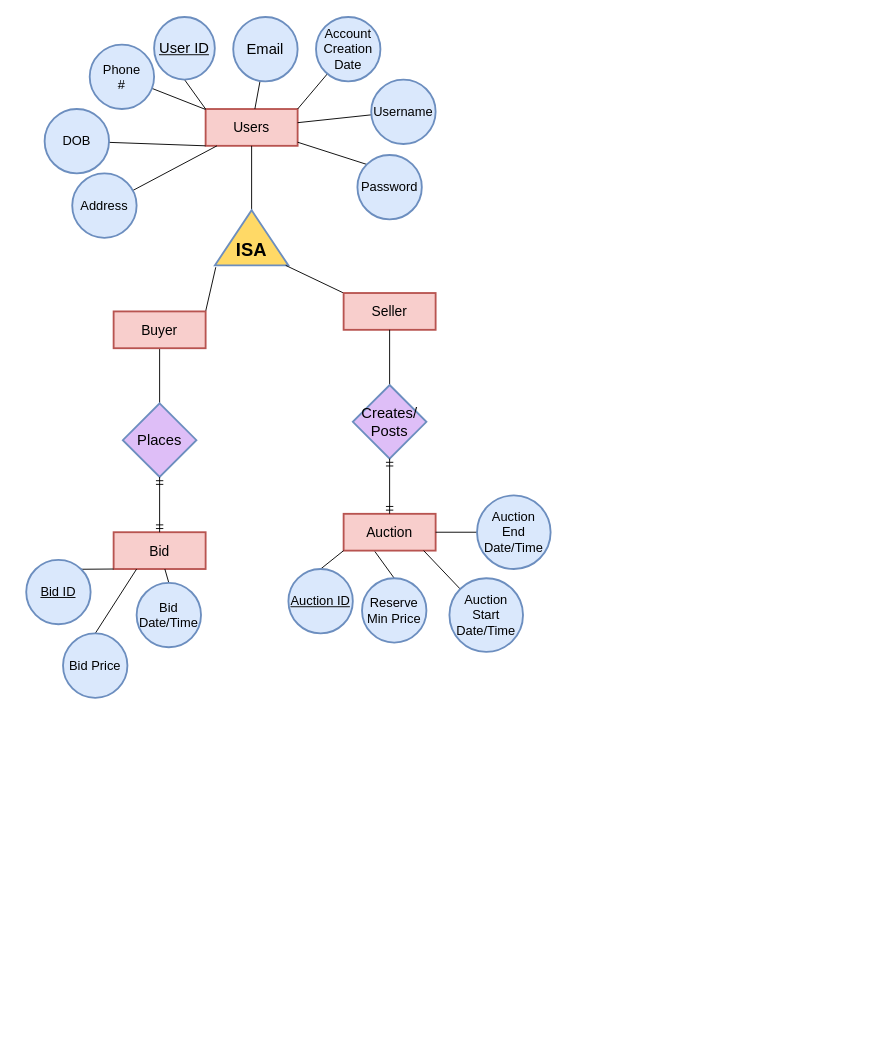
Earlier version of the draw.io diagram page "Ebay" (1 of 3) of ERdiagram.drawio (EthanDamien/DataManagementProject). Source tidied: cells renumbered, new cells numbered last; positions are measured from the earlier drawing's top-left corner, leaving out a move shared by most shapes. Both pictures are drawn from the tidied source at 92%, with x=0, y=0 at pixel (26, 17).
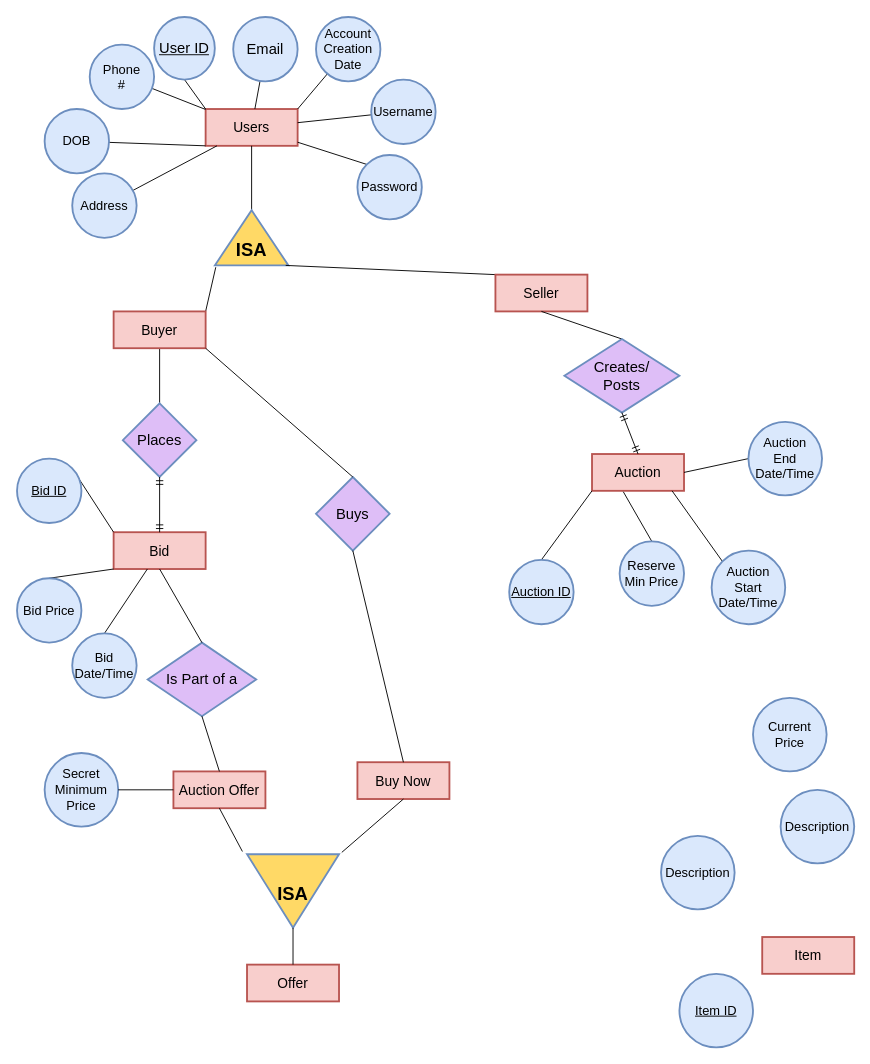
The same diagram, later.

The change refers to these unchanged cells:
```xml
<mxCell id="21" value="Buyer" style="strokeWidth=2;whiteSpace=wrap;html=1;align=center;fontSize=15;fontFamily=Helvetica;strokeColor=#b85450;fillColor=#f8cecc;fontStyle=0;" parent="1" vertex="1">
  <mxGeometry x="95" y="320" width="100" height="40" as="geometry" />
</mxCell>
<mxCell id="25" value="Bid" style="strokeWidth=2;whiteSpace=wrap;html=1;align=center;fontSize=15;fontFamily=Helvetica;strokeColor=#b85450;fillColor=#f8cecc;fontStyle=0;" parent="1" vertex="1">
  <mxGeometry x="95" y="560" width="100" height="40" as="geometry" />
</mxCell>
```

The edit, as a diff of the source:
```diff
@@
     <mxCell id="23" value="Seller" style="strokeWidth=2;whiteSpace=wrap;html=1;align=center;fontSize=15;fontFamily=Helvetica;strokeColor=#b85450;fillColor=#f8cecc;fontStyle=0;" parent="1" vertex="1">
-      <mxGeometry x="345" y="300" width="100" height="40" as="geometry" />
+      <mxGeometry x="510" y="280" width="100" height="40" as="geometry" />
     </mxCell>
@@
     <mxCell id="27" value="&lt;font style=&quot;font-size: 16px&quot;&gt;Creates/&lt;br&gt;Posts&lt;br&gt;&lt;/font&gt;" style="rhombus;whiteSpace=wrap;html=1;strokeColor=#6c8ebf;fontSize=10;fillColor=#DEBEF7;strokeWidth=2;" parent="1" vertex="1">
-      <mxGeometry x="355" y="400" width="80" height="80" as="geometry" />
+      <mxGeometry x="585" y="350" width="125" height="80" as="geometry" />
     </mxCell>
     <mxCell id="28" value="Auction" style="strokeWidth=2;whiteSpace=wrap;html=1;align=center;fontSize=15;fontFamily=Helvetica;strokeColor=#b85450;fillColor=#f8cecc;fontStyle=0;" parent="1" vertex="1">
-      <mxGeometry x="345" y="540" width="100" height="40" as="geometry" />
+      <mxGeometry x="615" y="475" width="100" height="40" as="geometry" />
     </mxCell>
@@
     <mxCell id="30" value="&lt;font style=&quot;font-size: 14px&quot;&gt;&lt;u&gt;Auction ID&lt;/u&gt;&lt;/font&gt;" style="ellipse;whiteSpace=wrap;html=1;strokeColor=#6c8ebf;fillColor=#dae8fc;fontSize=10;strokeWidth=2;" parent="1" vertex="1">
-      <mxGeometry x="285" y="600" width="70" height="70" as="geometry" />
+      <mxGeometry x="525" y="590" width="70" height="70" as="geometry" />
     </mxCell>
@@
     <mxCell id="32" value="&lt;span style=&quot;font-size: 14px&quot;&gt;Auction&lt;br&gt;Start&lt;br&gt;Date/Time&lt;br&gt;&lt;/span&gt;" style="ellipse;whiteSpace=wrap;html=1;strokeColor=#6c8ebf;fillColor=#dae8fc;fontSize=10;strokeWidth=2;" parent="1" vertex="1">
-      <mxGeometry x="460" y="610" width="80" height="80" as="geometry" />
+      <mxGeometry x="745" y="580" width="80" height="80" as="geometry" />
     </mxCell>
@@
     <mxCell id="34" value="&lt;span style=&quot;font-size: 14px&quot;&gt;Auction&lt;br&gt;End&lt;br&gt;Date/Time&lt;br&gt;&lt;/span&gt;" style="ellipse;whiteSpace=wrap;html=1;strokeColor=#6c8ebf;fillColor=#dae8fc;fontSize=10;strokeWidth=2;" parent="1" vertex="1">
-      <mxGeometry x="490" y="520" width="80" height="80" as="geometry" />
+      <mxGeometry x="785" y="440" width="80" height="80" as="geometry" />
     </mxCell>
@@
     <mxCell id="36" value="&lt;font style=&quot;font-size: 14px&quot;&gt;Reserve&lt;br&gt;Min Price&lt;br&gt;&lt;/font&gt;" style="ellipse;whiteSpace=wrap;html=1;strokeColor=#6c8ebf;fillColor=#dae8fc;fontSize=10;strokeWidth=2;" parent="1" vertex="1">
-      <mxGeometry x="365" y="610" width="70" height="70" as="geometry" />
+      <mxGeometry x="645" y="570" width="70" height="70" as="geometry" />
     </mxCell>
-    <mxCell id="37" style="edgeStyle=none;rounded=0;jettySize=auto;html=1;exitX=1;exitY=0;exitDx=0;exitDy=0;entryX=0;entryY=1;entryDx=0;entryDy=0;endArrow=none;endFill=0;fontSize=10;" parent="1" edge="1" source="38" target="25">
+    <mxCell id="37" style="edgeStyle=none;rounded=0;jettySize=auto;html=1;exitX=1;exitY=0;exitDx=0;exitDy=0;entryX=0;entryY=0;entryDx=0;entryDy=0;endArrow=none;endFill=0;fontSize=10;" parent="1" edge="1" source="38" target="25">
       <mxGeometry relative="1" as="geometry" />
     </mxCell>
     <mxCell id="38" value="&lt;font style=&quot;font-size: 14px&quot;&gt;&lt;u&gt;Bid ID&lt;/u&gt;&lt;/font&gt;" style="ellipse;whiteSpace=wrap;html=1;strokeColor=#6c8ebf;fillColor=#dae8fc;fontSize=10;strokeWidth=2;" parent="1" vertex="1">
-      <mxGeometry y="590" width="70" height="70" as="geometry" />
+      <mxGeometry x="-10" y="480" width="70" height="70" as="geometry" />
     </mxCell>
-    <mxCell id="39" style="edgeStyle=none;rounded=0;jettySize=auto;html=1;exitX=0.5;exitY=0;exitDx=0;exitDy=0;entryX=0.25;entryY=1;entryDx=0;entryDy=0;endArrow=none;endFill=0;fontSize=10;" parent="1" edge="1" source="40" target="25">
+    <mxCell id="39" style="edgeStyle=none;rounded=0;jettySize=auto;html=1;exitX=0.5;exitY=0;exitDx=0;exitDy=0;entryX=0;entryY=1;entryDx=0;entryDy=0;endArrow=none;endFill=0;fontSize=10;" parent="1" edge="1" source="40" target="25">
       <mxGeometry relative="1" as="geometry" />
     </mxCell>
     <mxCell id="40" value="&lt;font style=&quot;font-size: 14px&quot;&gt;Bid Price&lt;/font&gt;" style="ellipse;whiteSpace=wrap;html=1;strokeColor=#6c8ebf;fillColor=#dae8fc;fontSize=10;strokeWidth=2;" parent="1" vertex="1">
-      <mxGeometry x="40" y="670" width="70" height="70" as="geometry" />
+      <mxGeometry x="-10" y="610" width="70" height="70" as="geometry" />
     </mxCell>
@@
     <mxCell id="42" value="&lt;font style=&quot;font-size: 14px&quot;&gt;Bid&lt;br&gt;Date/Time&lt;br&gt;&lt;/font&gt;" style="ellipse;whiteSpace=wrap;html=1;strokeColor=#6c8ebf;fillColor=#dae8fc;fontSize=10;strokeWidth=2;" parent="1" vertex="1">
-      <mxGeometry x="120" y="615" width="70" height="70" as="geometry" />
+      <mxGeometry x="50" y="670" width="70" height="70" as="geometry" />
     </mxCell>
@@
+    <mxCell id="47" value="Item" style="strokeWidth=2;whiteSpace=wrap;html=1;align=center;fontSize=15;fontFamily=Helvetica;strokeColor=#b85450;fillColor=#f8cecc;fontStyle=0;" parent="1" vertex="1">
+      <mxGeometry x="800" y="1000" width="100" height="40" as="geometry" />
+    </mxCell>
+    <mxCell id="48" value="&lt;span style=&quot;font-size: 14px&quot;&gt;Secret Minimum Price&lt;br&gt;&lt;/span&gt;" style="ellipse;whiteSpace=wrap;html=1;strokeColor=#6c8ebf;fillColor=#dae8fc;fontSize=10;strokeWidth=2;" parent="1" vertex="1">
+      <mxGeometry x="20" y="800" width="80" height="80" as="geometry" />
+    </mxCell>
+    <mxCell id="49" value="&lt;span style=&quot;font-size: 14px&quot;&gt;Current Price&lt;br&gt;&lt;/span&gt;" style="ellipse;whiteSpace=wrap;html=1;strokeColor=#6c8ebf;fillColor=#dae8fc;fontSize=10;strokeWidth=2;" parent="1" vertex="1">
+      <mxGeometry x="790" y="740" width="80" height="80" as="geometry" />
+    </mxCell>
+    <mxCell id="50" value="&lt;span style=&quot;font-size: 14px&quot;&gt;&lt;u&gt;Item ID&lt;/u&gt;&lt;br&gt;&lt;/span&gt;" style="ellipse;whiteSpace=wrap;html=1;strokeColor=#6c8ebf;fillColor=#dae8fc;fontSize=10;strokeWidth=2;" parent="1" vertex="1">
+      <mxGeometry x="710" y="1040" width="80" height="80" as="geometry" />
+    </mxCell>
+    <mxCell id="51" value="&lt;span style=&quot;font-size: 14px&quot;&gt;Description&lt;br&gt;&lt;/span&gt;" style="ellipse;whiteSpace=wrap;html=1;strokeColor=#6c8ebf;fillColor=#dae8fc;fontSize=10;strokeWidth=2;" parent="1" vertex="1">
+      <mxGeometry x="690" y="890" width="80" height="80" as="geometry" />
+    </mxCell>
+    <mxCell id="52" value="&lt;span style=&quot;font-size: 14px&quot;&gt;Description&lt;br&gt;&lt;/span&gt;" style="ellipse;whiteSpace=wrap;html=1;strokeColor=#6c8ebf;fillColor=#dae8fc;fontSize=10;strokeWidth=2;" parent="1" vertex="1">
+      <mxGeometry x="820" y="840" width="80" height="80" as="geometry" />
+    </mxCell>
+    <mxCell id="53" value="Buy Now" style="strokeWidth=2;whiteSpace=wrap;html=1;align=center;fontSize=15;fontFamily=Helvetica;strokeColor=#b85450;fillColor=#f8cecc;fontStyle=0;" parent="1" vertex="1">
+      <mxGeometry x="360" y="810" width="100" height="40" as="geometry" />
+    </mxCell>
+    <mxCell id="54" value="&lt;b&gt;&lt;font style=&quot;font-size: 20px&quot;&gt;&lt;br&gt;ISA&lt;br&gt;&lt;br&gt;&lt;/font&gt;&lt;/b&gt;" style="triangle;whiteSpace=wrap;html=1;strokeColor=#6c8ebf;fontSize=10;direction=south;fillColor=#FFD966;strokeWidth=2;align=center;verticalAlign=top;" parent="1" vertex="1">
+      <mxGeometry x="240" y="910" width="100" height="80" as="geometry" />
+    </mxCell>
+    <mxCell id="55" value="Auction Offer" style="strokeWidth=2;whiteSpace=wrap;html=1;align=center;fontSize=15;fontFamily=Helvetica;strokeColor=#b85450;fillColor=#f8cecc;fontStyle=0;" parent="1" vertex="1">
+      <mxGeometry x="160" y="820" width="100" height="40" as="geometry" />
+    </mxCell>
+    <mxCell id="56" value="Offer" style="strokeWidth=2;whiteSpace=wrap;html=1;align=center;fontSize=15;fontFamily=Helvetica;strokeColor=#b85450;fillColor=#f8cecc;fontStyle=0;" parent="1" vertex="1">
+      <mxGeometry x="240" y="1030" width="100" height="40" as="geometry" />
+    </mxCell>
+    <mxCell id="57" value="&lt;span style=&quot;font-size: 16px&quot;&gt;Is Part of a&lt;/span&gt;" style="rhombus;whiteSpace=wrap;html=1;strokeColor=#6c8ebf;fontSize=10;fillColor=#DEBEF7;strokeWidth=2;" parent="1" vertex="1">
+      <mxGeometry x="132" y="680" width="118" height="80" as="geometry" />
+    </mxCell>
+    <mxCell id="58" style="endArrow=none;html=1;entryX=0.5;entryY=1;entryDx=0;entryDy=0;exitX=0.5;exitY=0;exitDx=0;exitDy=0;" parent="1" edge="1" source="57" target="25">
+      <mxGeometry relative="1" as="geometry" />
+    </mxCell>
+    <mxCell id="59" style="endArrow=none;html=1;entryX=0.5;entryY=1;entryDx=0;entryDy=0;exitX=0.5;exitY=0;exitDx=0;exitDy=0;" parent="1" edge="1" source="55" target="57">
+      <mxGeometry relative="1" as="geometry" />
+    </mxCell>
+    <mxCell id="60" style="endArrow=none;html=1;entryX=0;entryY=0.5;entryDx=0;entryDy=0;exitX=1;exitY=0.5;exitDx=0;exitDy=0;" parent="1" edge="1" source="48" target="55">
+      <mxGeometry relative="1" as="geometry" />
+    </mxCell>
+    <mxCell id="61" style="endArrow=none;html=1;entryX=0.5;entryY=1;entryDx=0;entryDy=0;exitX=-0.037;exitY=1.05;exitDx=0;exitDy=0;exitPerimeter=0;" parent="1" edge="1" source="54" target="55">
+      <mxGeometry relative="1" as="geometry" />
+    </mxCell>
+    <mxCell id="62" value="&lt;font style=&quot;font-size: 16px&quot;&gt;Buys&lt;/font&gt;" style="rhombus;whiteSpace=wrap;html=1;strokeColor=#6c8ebf;fontSize=10;fillColor=#DEBEF7;strokeWidth=2;" parent="1" vertex="1">
+      <mxGeometry x="315" y="500" width="80" height="80" as="geometry" />
+    </mxCell>
+    <mxCell id="63" style="endArrow=none;html=1;entryX=1;entryY=1;entryDx=0;entryDy=0;exitX=0.5;exitY=0;exitDx=0;exitDy=0;" parent="1" edge="1" source="62" target="21">
+      <mxGeometry relative="1" as="geometry" />
+    </mxCell>
+    <mxCell id="64" style="endArrow=none;html=1;entryX=0.5;entryY=1;entryDx=0;entryDy=0;exitX=0.5;exitY=0;exitDx=0;exitDy=0;" parent="1" edge="1" source="53" target="62">
+      <mxGeometry relative="1" as="geometry" />
+    </mxCell>
+    <mxCell id="65" style="endArrow=none;html=1;entryX=0.5;entryY=1;entryDx=0;entryDy=0;exitX=-0.025;exitY=-0.03;exitDx=0;exitDy=0;exitPerimeter=0;" parent="1" edge="1" source="54" target="53">
+      <mxGeometry relative="1" as="geometry" />
+    </mxCell>
+    <mxCell id="66" style="endArrow=none;html=1;entryX=1;entryY=0.5;entryDx=0;entryDy=0;exitX=0.5;exitY=0;exitDx=0;exitDy=0;" parent="1" edge="1" source="56" target="54">
+      <mxGeometry relative="1" as="geometry" />
+    </mxCell>
```
